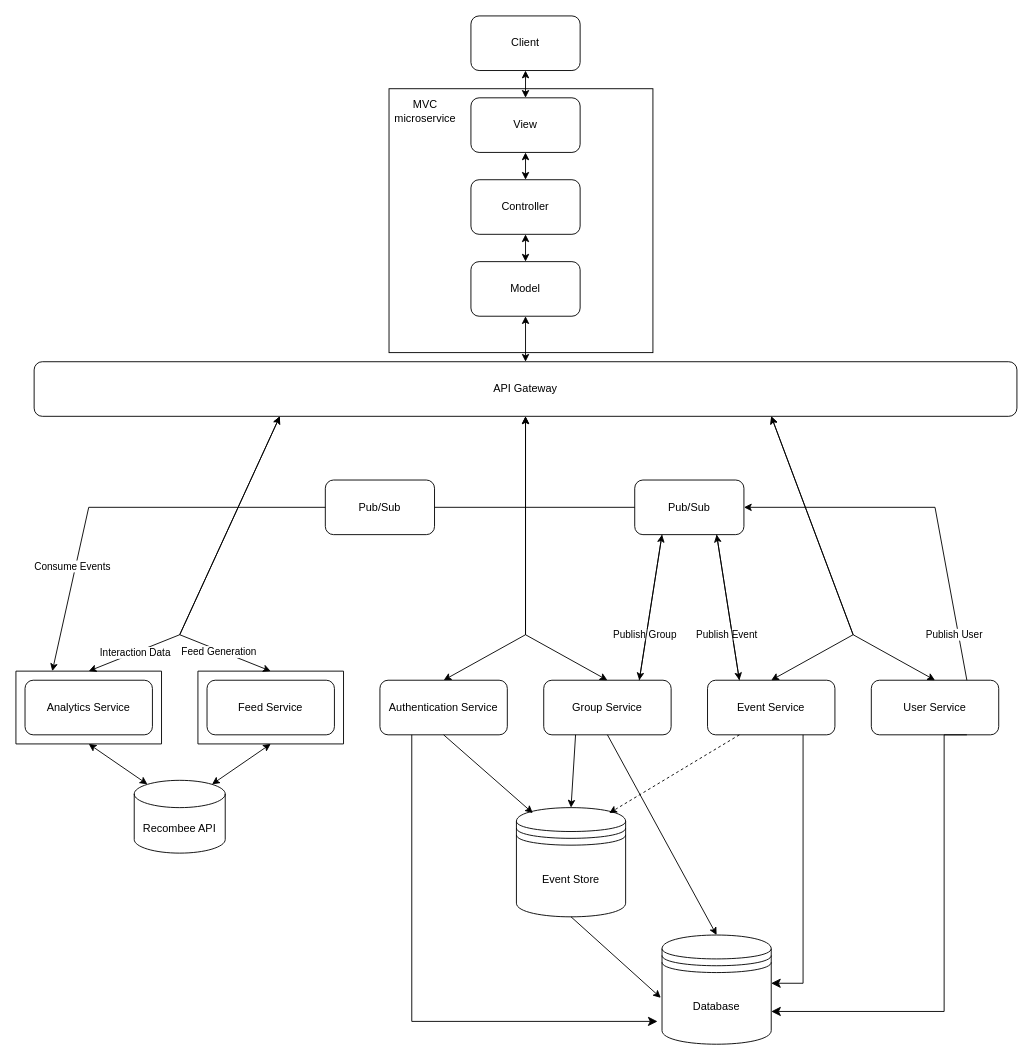
Above: design_architecture.drawio in maged-elhabiby/YallaNow (draw.io), before the change. Source tidied: cells renumbered, new cells numbered last; positions are measured from the earlier drawing's top-left corner, leaving out a move shared by most shapes. Both pictures are drawn from the tidied source at 91%, with x=0, y=0 at pixel (15, 15).
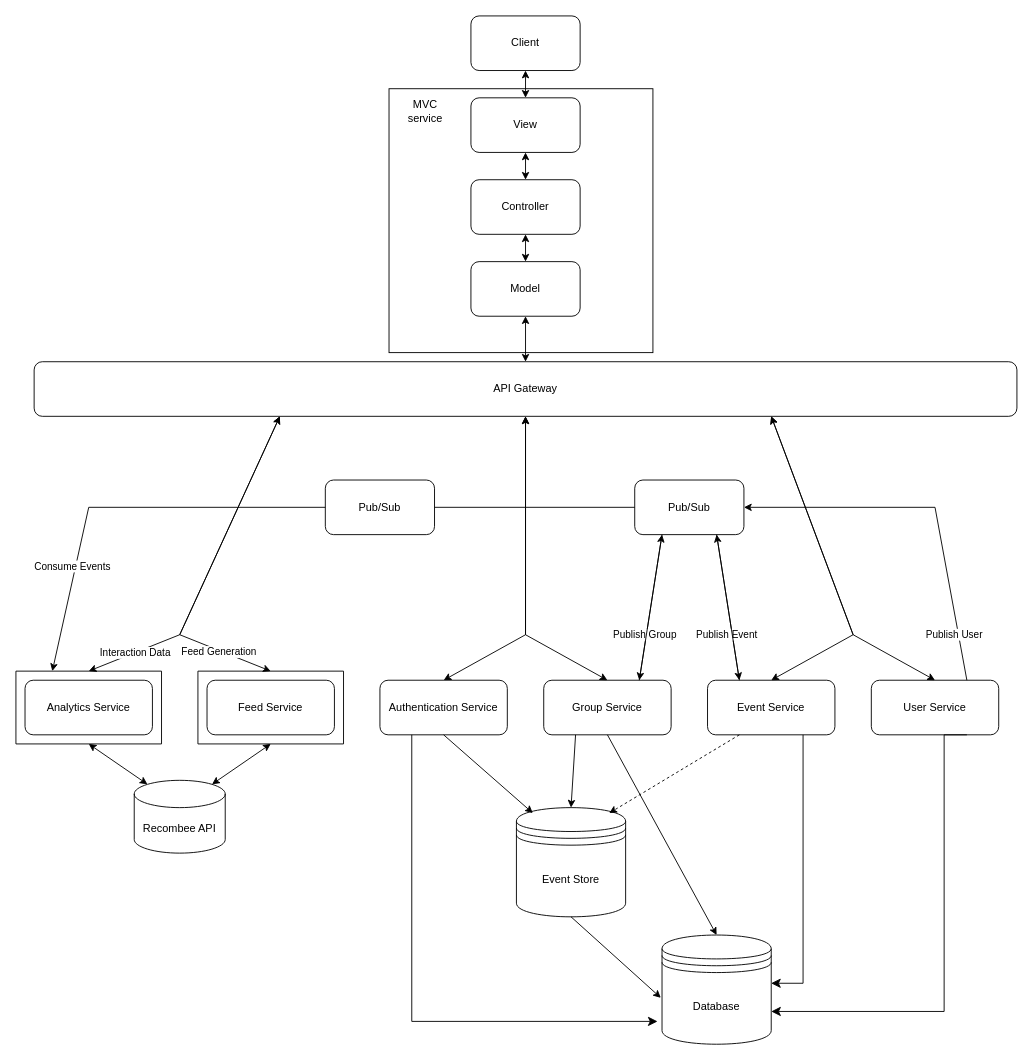
After the change.

Commit message:
changes to architecture diagram

The edit, as a diff of the source:
```diff
@@
-    <mxCell id="54" value="MVC microservice" style="text;html=1;align=center;verticalAlign=middle;whiteSpace=wrap;rounded=0;" parent="1" vertex="1">
+    <mxCell id="54" value="MVC service" style="text;html=1;align=center;verticalAlign=middle;whiteSpace=wrap;rounded=0;" parent="1" vertex="1">
       <mxGeometry x="420" y="90" width="60" height="30" as="geometry" />
     </mxCell>
```
